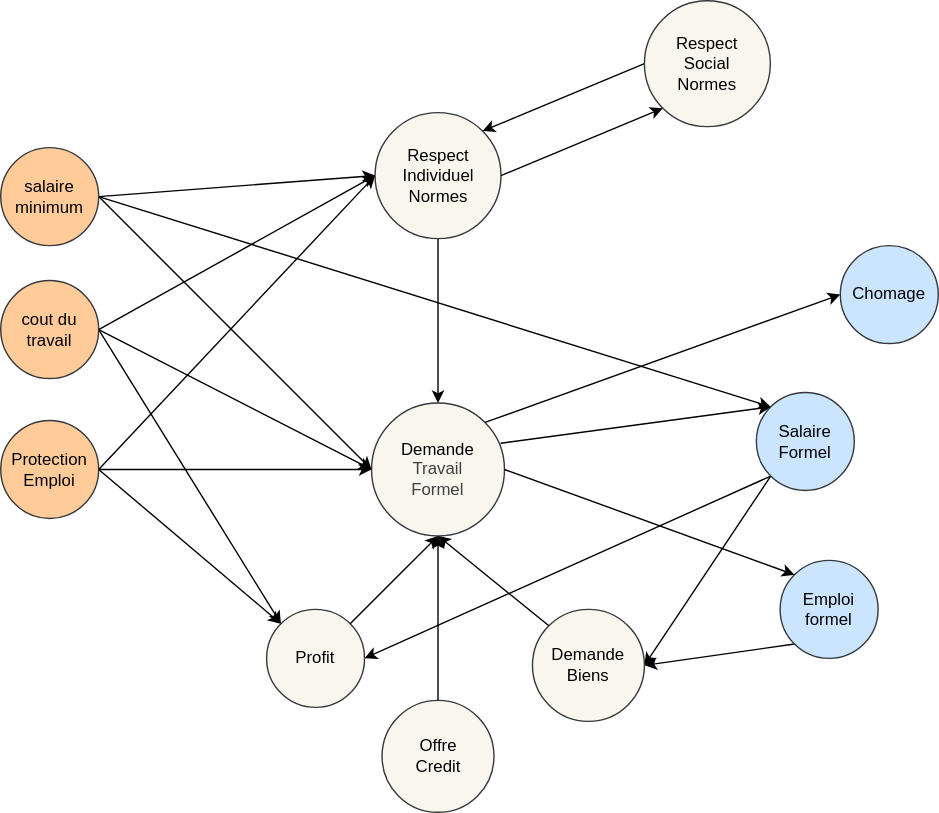
Earlier version of the draw.io export docs/figures/theory_of_change.drawio.svg (MalcomChumchouaPenda/dualeco-epl). Source tidied: cells renumbered, new cells last; positions are measured from the earlier drawing's top-left corner, leaving out a move shared by most shapes. Its diagram source:
```xml
<mxGraphModel>
  <root>
    <mxCell id="0" />
    <mxCell id="1" parent="0" />
    <mxCell id="2" style="html=1;entryX=0;entryY=0.5;entryDx=0;entryDy=0;exitX=1;exitY=0.5;exitDx=0;exitDy=0;" parent="1" edge="1" source="5" target="27">
      <mxGeometry relative="1" as="geometry" />
    </mxCell>
    <mxCell id="3" style="edgeStyle=none;html=1;entryX=1;entryY=0.5;entryDx=0;entryDy=0;exitX=0;exitY=1;exitDx=0;exitDy=0;" parent="1" edge="1" source="10" target="33">
      <mxGeometry relative="1" as="geometry" />
    </mxCell>
    <mxCell id="4" style="edgeStyle=none;html=1;entryX=0;entryY=0;entryDx=0;entryDy=0;" parent="1" edge="1" target="10">
      <mxGeometry relative="1" as="geometry">
        <mxPoint x="70" y="140" as="sourcePoint" />
      </mxGeometry>
    </mxCell>
    <mxCell id="5" value="salaire minimum" style="ellipse;whiteSpace=wrap;html=1;fillColor=#ffcc99;strokeColor=#36393d;" parent="1" vertex="1">
      <mxGeometry y="105" width="70" height="70" as="geometry" />
    </mxCell>
    <mxCell id="6" value="Chomage" style="ellipse;whiteSpace=wrap;html=1;fillColor=#cce5ff;strokeColor=#36393d;" parent="1" vertex="1">
      <mxGeometry x="600" y="175" width="70" height="70" as="geometry" />
    </mxCell>
    <mxCell id="7" style="edgeStyle=none;html=1;entryX=1;entryY=0.5;entryDx=0;entryDy=0;exitX=0;exitY=1;exitDx=0;exitDy=0;" parent="1" edge="1" source="8" target="17">
      <mxGeometry relative="1" as="geometry" />
    </mxCell>
    <mxCell id="8" value="Emploi formel" style="ellipse;whiteSpace=wrap;html=1;fillColor=#cce5ff;strokeColor=#36393d;" parent="1" vertex="1">
      <mxGeometry x="557" y="400" width="70" height="70" as="geometry" />
    </mxCell>
    <mxCell id="9" style="edgeStyle=none;html=1;exitX=0;exitY=1;exitDx=0;exitDy=0;entryX=1;entryY=0.5;entryDx=0;entryDy=0;" parent="1" edge="1" source="10" target="17">
      <mxGeometry relative="1" as="geometry" />
    </mxCell>
    <mxCell id="10" value="Salaire Formel" style="ellipse;whiteSpace=wrap;html=1;fillColor=#cce5ff;strokeColor=#36393d;" parent="1" vertex="1">
      <mxGeometry x="540" y="280" width="70" height="70" as="geometry" />
    </mxCell>
    <mxCell id="11" style="edgeStyle=none;html=1;exitX=1;exitY=0.5;exitDx=0;exitDy=0;entryX=0;entryY=0;entryDx=0;entryDy=0;" parent="1" edge="1" source="12" target="33">
      <mxGeometry relative="1" as="geometry" />
    </mxCell>
    <mxCell id="12" value="cout du travail" style="ellipse;whiteSpace=wrap;html=1;fillColor=#ffcc99;strokeColor=#36393d;" parent="1" vertex="1">
      <mxGeometry y="200" width="70" height="70" as="geometry" />
    </mxCell>
    <mxCell id="13" style="edgeStyle=none;html=1;exitX=1;exitY=0.5;exitDx=0;exitDy=0;entryX=0;entryY=0;entryDx=0;entryDy=0;" parent="1" edge="1" source="14" target="33">
      <mxGeometry relative="1" as="geometry" />
    </mxCell>
    <mxCell id="14" value="Protection Emploi" style="ellipse;whiteSpace=wrap;html=1;fillColor=#ffcc99;strokeColor=#36393d;" parent="1" vertex="1">
      <mxGeometry y="300" width="70" height="70" as="geometry" />
    </mxCell>
    <mxCell id="15" value="Demande&lt;div&gt;&lt;span style=&quot;color: rgb(63, 63, 63); background-color: transparent;&quot;&gt;Travail&lt;/span&gt;&lt;/div&gt;&lt;div&gt;&lt;span style=&quot;color: rgb(63, 63, 63); background-color: transparent;&quot;&gt;Formel&lt;/span&gt;&lt;/div&gt;" style="ellipse;whiteSpace=wrap;html=1;fillColor=#f9f7ed;strokeColor=#36393d;" parent="1" vertex="1">
      <mxGeometry x="265" y="287.5" width="95" height="95" as="geometry" />
    </mxCell>
    <mxCell id="16" value="Offre&amp;nbsp;&lt;div&gt;Credit&lt;/div&gt;" style="ellipse;whiteSpace=wrap;html=1;fillColor=#f9f7ed;strokeColor=#36393d;" parent="1" vertex="1">
      <mxGeometry x="272.5" y="500" width="80" height="80" as="geometry" />
    </mxCell>
    <mxCell id="17" value="Demande Biens" style="ellipse;whiteSpace=wrap;html=1;fillColor=#f9f7ed;strokeColor=#36393d;" parent="1" vertex="1">
      <mxGeometry x="380" y="435" width="80" height="80" as="geometry" />
    </mxCell>
    <mxCell id="18" style="endArrow=classic;html=1;fontColor=#FF3333;entryX=0;entryY=0.5;entryDx=0;entryDy=0;exitX=1;exitY=0.5;exitDx=0;exitDy=0;" parent="1" edge="1" source="5" target="15">
      <mxGeometry relative="1" as="geometry" />
    </mxCell>
    <mxCell id="19" style="endArrow=classic;html=1;fontColor=#FF3333;exitX=1;exitY=0.5;exitDx=0;exitDy=0;entryX=0;entryY=0.5;entryDx=0;entryDy=0;" parent="1" edge="1" source="14" target="15">
      <mxGeometry relative="1" as="geometry" />
    </mxCell>
    <mxCell id="20" style="endArrow=classic;html=1;fontColor=#FF3333;exitX=1;exitY=0.5;exitDx=0;exitDy=0;entryX=0;entryY=0.5;entryDx=0;entryDy=0;" parent="1" edge="1" source="12" target="15">
      <mxGeometry relative="1" as="geometry" />
    </mxCell>
    <mxCell id="21" style="endArrow=classic;html=1;fontColor=#FF3333;entryX=0.5;entryY=1;entryDx=0;entryDy=0;exitX=0.5;exitY=0;exitDx=0;exitDy=0;" parent="1" edge="1" source="16" target="15">
      <mxGeometry relative="1" as="geometry" />
    </mxCell>
    <mxCell id="22" style="endArrow=classic;html=1;fontColor=#FF3333;exitX=0;exitY=0;exitDx=0;exitDy=0;entryX=0.5;entryY=1;entryDx=0;entryDy=0;" parent="1" edge="1" source="17" target="15">
      <mxGeometry relative="1" as="geometry" />
    </mxCell>
    <mxCell id="23" style="endArrow=classic;html=1;fontColor=#FF3333;exitX=1;exitY=0.5;exitDx=0;exitDy=0;entryX=0;entryY=0;entryDx=0;entryDy=0;" parent="1" edge="1" source="15" target="8">
      <mxGeometry relative="1" as="geometry" />
    </mxCell>
    <mxCell id="24" style="endArrow=classic;html=1;fontColor=#FF3333;exitX=0.971;exitY=0.303;exitDx=0;exitDy=0;entryX=0;entryY=0;entryDx=0;entryDy=0;exitPerimeter=0;" parent="1" edge="1" source="15" target="10">
      <mxGeometry relative="1" as="geometry" />
    </mxCell>
    <mxCell id="25" style="endArrow=classic;html=1;fontColor=#FF3333;exitX=1;exitY=0;exitDx=0;exitDy=0;entryX=0;entryY=0.5;entryDx=0;entryDy=0;" parent="1" edge="1" source="15" target="6">
      <mxGeometry relative="1" as="geometry" />
    </mxCell>
    <mxCell id="26" style="edgeStyle=none;html=1;entryX=0.5;entryY=0;entryDx=0;entryDy=0;" parent="1" edge="1" source="27" target="15">
      <mxGeometry relative="1" as="geometry" />
    </mxCell>
    <mxCell id="27" value="Respect&lt;div&gt;Individuel&lt;/div&gt;&lt;div&gt;Normes&lt;/div&gt;" style="ellipse;whiteSpace=wrap;html=1;fillColor=#f9f7ed;strokeColor=#36393d;" parent="1" vertex="1">
      <mxGeometry x="267.5" y="80" width="90" height="90" as="geometry" />
    </mxCell>
    <mxCell id="28" style="endArrow=classic;html=1;fontColor=#FF3333;exitX=1;exitY=0.5;exitDx=0;exitDy=0;entryX=0;entryY=0.5;entryDx=0;entryDy=0;" parent="1" edge="1" source="14" target="27">
      <mxGeometry relative="1" as="geometry" />
    </mxCell>
    <mxCell id="29" style="endArrow=classic;html=1;fontColor=#FF3333;entryX=0;entryY=0.5;entryDx=0;entryDy=0;" parent="1" edge="1" target="27">
      <mxGeometry relative="1" as="geometry">
        <mxPoint x="70" y="235" as="sourcePoint" />
      </mxGeometry>
    </mxCell>
    <mxCell id="30" style="edgeStyle=none;html=1;exitX=0;exitY=0.5;exitDx=0;exitDy=0;entryX=1;entryY=0;entryDx=0;entryDy=0;" parent="1" edge="1" source="31" target="27">
      <mxGeometry relative="1" as="geometry" />
    </mxCell>
    <mxCell id="31" value="Respect&amp;nbsp;&lt;div&gt;Social&amp;nbsp;&lt;/div&gt;&lt;div&gt;Normes&lt;/div&gt;" style="ellipse;whiteSpace=wrap;html=1;fillColor=#f9f7ed;strokeColor=#36393d;" parent="1" vertex="1">
      <mxGeometry x="460" width="90" height="90" as="geometry" />
    </mxCell>
    <mxCell id="32" style="edgeStyle=none;html=1;exitX=1;exitY=0.5;exitDx=0;exitDy=0;entryX=0;entryY=1;entryDx=0;entryDy=0;" parent="1" edge="1" source="27" target="31">
      <mxGeometry relative="1" as="geometry" />
    </mxCell>
    <mxCell id="33" value="Profit" style="ellipse;whiteSpace=wrap;html=1;fillColor=#f9f7ed;strokeColor=#36393d;" parent="1" vertex="1">
      <mxGeometry x="190" y="435" width="70" height="70" as="geometry" />
    </mxCell>
    <mxCell id="34" style="edgeStyle=none;html=1;exitX=1;exitY=0;exitDx=0;exitDy=0;entryX=0.5;entryY=1;entryDx=0;entryDy=0;" parent="1" edge="1" source="33" target="15">
      <mxGeometry relative="1" as="geometry" />
    </mxCell>
  </root>
</mxGraphModel>
```
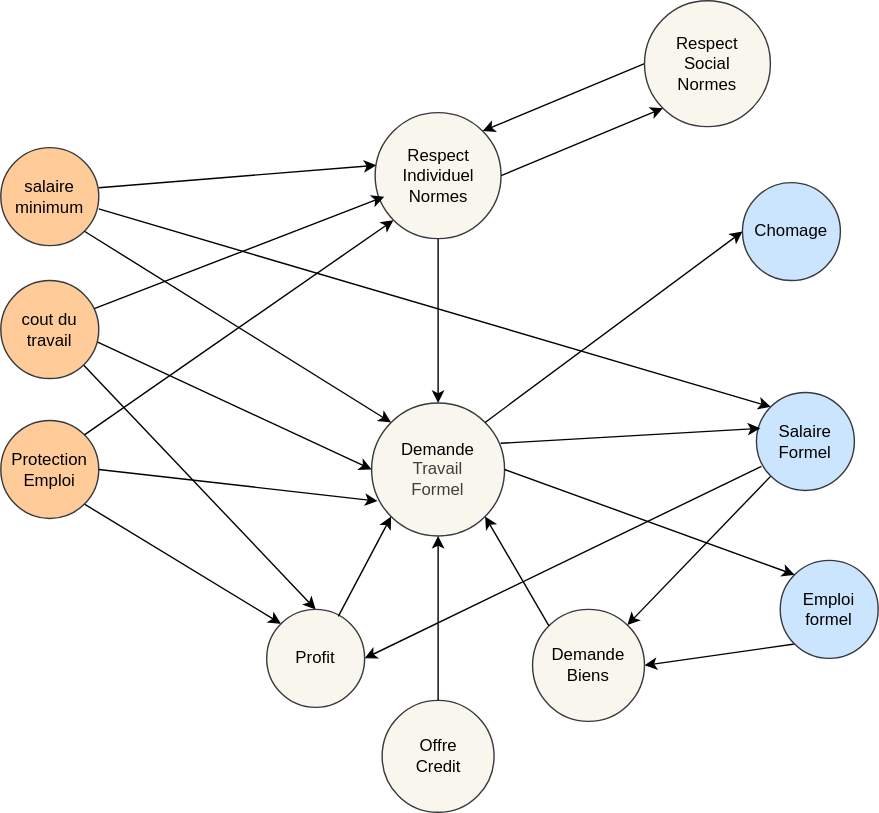
Above is the later version.

The edit, as a diff of the source:
```diff
@@ -2,22 +2,20 @@
   <root>
     <mxCell id="0" />
     <mxCell id="1" parent="0" />
-    <mxCell id="2" style="html=1;entryX=0;entryY=0.5;entryDx=0;entryDy=0;exitX=1;exitY=0.5;exitDx=0;exitDy=0;" parent="1" edge="1" source="5" target="27">
+    <mxCell id="2" style="html=1;entryX=0.01;entryY=0.418;entryDx=0;entryDy=0;exitX=1;exitY=0.409;exitDx=0;exitDy=0;entryPerimeter=0;exitPerimeter=0;" parent="1" edge="1" source="5" target="27">
       <mxGeometry relative="1" as="geometry" />
     </mxCell>
-    <mxCell id="3" style="edgeStyle=none;html=1;entryX=1;entryY=0.5;entryDx=0;entryDy=0;exitX=0;exitY=1;exitDx=0;exitDy=0;" parent="1" edge="1" source="10" target="33">
+    <mxCell id="3" style="edgeStyle=none;html=1;entryX=1;entryY=0.5;entryDx=0;entryDy=0;exitX=0.051;exitY=0.754;exitDx=0;exitDy=0;exitPerimeter=0;" parent="1" edge="1" source="10" target="33">
       <mxGeometry relative="1" as="geometry" />
     </mxCell>
-    <mxCell id="4" style="edgeStyle=none;html=1;entryX=0;entryY=0;entryDx=0;entryDy=0;" parent="1" edge="1" target="10">
-      <mxGeometry relative="1" as="geometry">
-        <mxPoint x="70" y="140" as="sourcePoint" />
-      </mxGeometry>
+    <mxCell id="4" style="edgeStyle=none;html=1;entryX=0;entryY=0;entryDx=0;entryDy=0;exitX=1;exitY=0.626;exitDx=0;exitDy=0;exitPerimeter=0;" parent="1" edge="1" source="5" target="10">
+      <mxGeometry relative="1" as="geometry" />
     </mxCell>
     <mxCell id="5" value="salaire minimum" style="ellipse;whiteSpace=wrap;html=1;fillColor=#ffcc99;strokeColor=#36393d;" parent="1" vertex="1">
       <mxGeometry y="105" width="70" height="70" as="geometry" />
     </mxCell>
     <mxCell id="6" value="Chomage" style="ellipse;whiteSpace=wrap;html=1;fillColor=#cce5ff;strokeColor=#36393d;" parent="1" vertex="1">
-      <mxGeometry x="600" y="175" width="70" height="70" as="geometry" />
+      <mxGeometry x="530" y="130" width="70" height="70" as="geometry" />
     </mxCell>
     <mxCell id="7" style="edgeStyle=none;html=1;entryX=1;entryY=0.5;entryDx=0;entryDy=0;exitX=0;exitY=1;exitDx=0;exitDy=0;" parent="1" edge="1" source="8" target="17">
       <mxGeometry relative="1" as="geometry" />
@@ -25,19 +23,19 @@
     <mxCell id="8" value="Emploi formel" style="ellipse;whiteSpace=wrap;html=1;fillColor=#cce5ff;strokeColor=#36393d;" parent="1" vertex="1">
       <mxGeometry x="557" y="400" width="70" height="70" as="geometry" />
     </mxCell>
-    <mxCell id="9" style="edgeStyle=none;html=1;exitX=0;exitY=1;exitDx=0;exitDy=0;entryX=1;entryY=0.5;entryDx=0;entryDy=0;" parent="1" edge="1" source="10" target="17">
+    <mxCell id="9" style="edgeStyle=none;html=1;exitX=0;exitY=1;exitDx=0;exitDy=0;" parent="1" edge="1" source="10" target="17">
       <mxGeometry relative="1" as="geometry" />
     </mxCell>
     <mxCell id="10" value="Salaire Formel" style="ellipse;whiteSpace=wrap;html=1;fillColor=#cce5ff;strokeColor=#36393d;" parent="1" vertex="1">
       <mxGeometry x="540" y="280" width="70" height="70" as="geometry" />
     </mxCell>
-    <mxCell id="11" style="edgeStyle=none;html=1;exitX=1;exitY=0.5;exitDx=0;exitDy=0;entryX=0;entryY=0;entryDx=0;entryDy=0;" parent="1" edge="1" source="12" target="33">
+    <mxCell id="11" style="edgeStyle=none;html=1;entryX=0.5;entryY=0;entryDx=0;entryDy=0;" parent="1" edge="1" source="12" target="33">
       <mxGeometry relative="1" as="geometry" />
     </mxCell>
     <mxCell id="12" value="cout du travail" style="ellipse;whiteSpace=wrap;html=1;fillColor=#ffcc99;strokeColor=#36393d;" parent="1" vertex="1">
       <mxGeometry y="200" width="70" height="70" as="geometry" />
     </mxCell>
-    <mxCell id="13" style="edgeStyle=none;html=1;exitX=1;exitY=0.5;exitDx=0;exitDy=0;entryX=0;entryY=0;entryDx=0;entryDy=0;" parent="1" edge="1" source="14" target="33">
+    <mxCell id="13" style="edgeStyle=none;html=1;exitX=1;exitY=1;exitDx=0;exitDy=0;entryX=0;entryY=0;entryDx=0;entryDy=0;" parent="1" edge="1" source="14" target="33">
       <mxGeometry relative="1" as="geometry" />
     </mxCell>
     <mxCell id="14" value="Protection Emploi" style="ellipse;whiteSpace=wrap;html=1;fillColor=#ffcc99;strokeColor=#36393d;" parent="1" vertex="1">
@@ -52,25 +50,25 @@
     <mxCell id="17" value="Demande Biens" style="ellipse;whiteSpace=wrap;html=1;fillColor=#f9f7ed;strokeColor=#36393d;" parent="1" vertex="1">
       <mxGeometry x="380" y="435" width="80" height="80" as="geometry" />
     </mxCell>
-    <mxCell id="18" style="endArrow=classic;html=1;fontColor=#FF3333;entryX=0;entryY=0.5;entryDx=0;entryDy=0;exitX=1;exitY=0.5;exitDx=0;exitDy=0;" parent="1" edge="1" source="5" target="15">
+    <mxCell id="18" style="endArrow=classic;html=1;fontColor=#FF3333;entryX=0;entryY=0;entryDx=0;entryDy=0;exitX=1;exitY=1;exitDx=0;exitDy=0;" parent="1" edge="1" source="5" target="15">
       <mxGeometry relative="1" as="geometry" />
     </mxCell>
-    <mxCell id="19" style="endArrow=classic;html=1;fontColor=#FF3333;exitX=1;exitY=0.5;exitDx=0;exitDy=0;entryX=0;entryY=0.5;entryDx=0;entryDy=0;" parent="1" edge="1" source="14" target="15">
+    <mxCell id="19" style="endArrow=classic;html=1;fontColor=#FF3333;exitX=1;exitY=0.5;exitDx=0;exitDy=0;entryX=0.044;entryY=0.738;entryDx=0;entryDy=0;entryPerimeter=0;" parent="1" edge="1" source="14" target="15">
       <mxGeometry relative="1" as="geometry" />
     </mxCell>
-    <mxCell id="20" style="endArrow=classic;html=1;fontColor=#FF3333;exitX=1;exitY=0.5;exitDx=0;exitDy=0;entryX=0;entryY=0.5;entryDx=0;entryDy=0;" parent="1" edge="1" source="12" target="15">
+    <mxCell id="20" style="endArrow=classic;html=1;fontColor=#FF3333;exitX=0.989;exitY=0.629;exitDx=0;exitDy=0;entryX=0;entryY=0.5;entryDx=0;entryDy=0;exitPerimeter=0;" parent="1" edge="1" source="12" target="15">
       <mxGeometry relative="1" as="geometry" />
     </mxCell>
     <mxCell id="21" style="endArrow=classic;html=1;fontColor=#FF3333;entryX=0.5;entryY=1;entryDx=0;entryDy=0;exitX=0.5;exitY=0;exitDx=0;exitDy=0;" parent="1" edge="1" source="16" target="15">
       <mxGeometry relative="1" as="geometry" />
     </mxCell>
-    <mxCell id="22" style="endArrow=classic;html=1;fontColor=#FF3333;exitX=0;exitY=0;exitDx=0;exitDy=0;entryX=0.5;entryY=1;entryDx=0;entryDy=0;" parent="1" edge="1" source="17" target="15">
+    <mxCell id="22" style="endArrow=classic;html=1;fontColor=#FF3333;exitX=0;exitY=0;exitDx=0;exitDy=0;entryX=1;entryY=1;entryDx=0;entryDy=0;" parent="1" edge="1" source="17" target="15">
       <mxGeometry relative="1" as="geometry" />
     </mxCell>
     <mxCell id="23" style="endArrow=classic;html=1;fontColor=#FF3333;exitX=1;exitY=0.5;exitDx=0;exitDy=0;entryX=0;entryY=0;entryDx=0;entryDy=0;" parent="1" edge="1" source="15" target="8">
       <mxGeometry relative="1" as="geometry" />
     </mxCell>
-    <mxCell id="24" style="endArrow=classic;html=1;fontColor=#FF3333;exitX=0.971;exitY=0.303;exitDx=0;exitDy=0;entryX=0;entryY=0;entryDx=0;entryDy=0;exitPerimeter=0;" parent="1" edge="1" source="15" target="10">
+    <mxCell id="24" style="endArrow=classic;html=1;fontColor=#FF3333;exitX=0.971;exitY=0.303;exitDx=0;exitDy=0;entryX=0.04;entryY=0.366;entryDx=0;entryDy=0;exitPerimeter=0;entryPerimeter=0;" parent="1" edge="1" source="15" target="10">
       <mxGeometry relative="1" as="geometry" />
     </mxCell>
     <mxCell id="25" style="endArrow=classic;html=1;fontColor=#FF3333;exitX=1;exitY=0;exitDx=0;exitDy=0;entryX=0;entryY=0.5;entryDx=0;entryDy=0;" parent="1" edge="1" source="15" target="6">
@@ -82,13 +80,11 @@
     <mxCell id="27" value="Respect&lt;div&gt;Individuel&lt;/div&gt;&lt;div&gt;Normes&lt;/div&gt;" style="ellipse;whiteSpace=wrap;html=1;fillColor=#f9f7ed;strokeColor=#36393d;" parent="1" vertex="1">
       <mxGeometry x="267.5" y="80" width="90" height="90" as="geometry" />
     </mxCell>
-    <mxCell id="28" style="endArrow=classic;html=1;fontColor=#FF3333;exitX=1;exitY=0.5;exitDx=0;exitDy=0;entryX=0;entryY=0.5;entryDx=0;entryDy=0;" parent="1" edge="1" source="14" target="27">
+    <mxCell id="28" style="endArrow=classic;html=1;fontColor=#FF3333;exitX=1;exitY=0;exitDx=0;exitDy=0;entryX=0;entryY=1;entryDx=0;entryDy=0;" parent="1" edge="1" source="14" target="27">
       <mxGeometry relative="1" as="geometry" />
     </mxCell>
-    <mxCell id="29" style="endArrow=classic;html=1;fontColor=#FF3333;entryX=0;entryY=0.5;entryDx=0;entryDy=0;" parent="1" edge="1" target="27">
-      <mxGeometry relative="1" as="geometry">
-        <mxPoint x="70" y="235" as="sourcePoint" />
-      </mxGeometry>
+    <mxCell id="29" style="endArrow=classic;html=1;fontColor=#FF3333;entryX=0.072;entryY=0.667;entryDx=0;entryDy=0;exitX=0.954;exitY=0.286;exitDx=0;exitDy=0;entryPerimeter=0;exitPerimeter=0;" parent="1" edge="1" source="12" target="27">
+      <mxGeometry relative="1" as="geometry" />
     </mxCell>
     <mxCell id="30" style="edgeStyle=none;html=1;exitX=0;exitY=0.5;exitDx=0;exitDy=0;entryX=1;entryY=0;entryDx=0;entryDy=0;" parent="1" edge="1" source="31" target="27">
       <mxGeometry relative="1" as="geometry" />
@@ -102,7 +98,7 @@
     <mxCell id="33" value="Profit" style="ellipse;whiteSpace=wrap;html=1;fillColor=#f9f7ed;strokeColor=#36393d;" parent="1" vertex="1">
       <mxGeometry x="190" y="435" width="70" height="70" as="geometry" />
     </mxCell>
-    <mxCell id="34" style="edgeStyle=none;html=1;exitX=1;exitY=0;exitDx=0;exitDy=0;entryX=0.5;entryY=1;entryDx=0;entryDy=0;" parent="1" edge="1" source="33" target="15">
+    <mxCell id="34" style="edgeStyle=none;html=1;exitX=0.731;exitY=0.071;exitDx=0;exitDy=0;entryX=0;entryY=1;entryDx=0;entryDy=0;exitPerimeter=0;" parent="1" edge="1" source="33" target="15">
       <mxGeometry relative="1" as="geometry" />
     </mxCell>
   </root>
```
